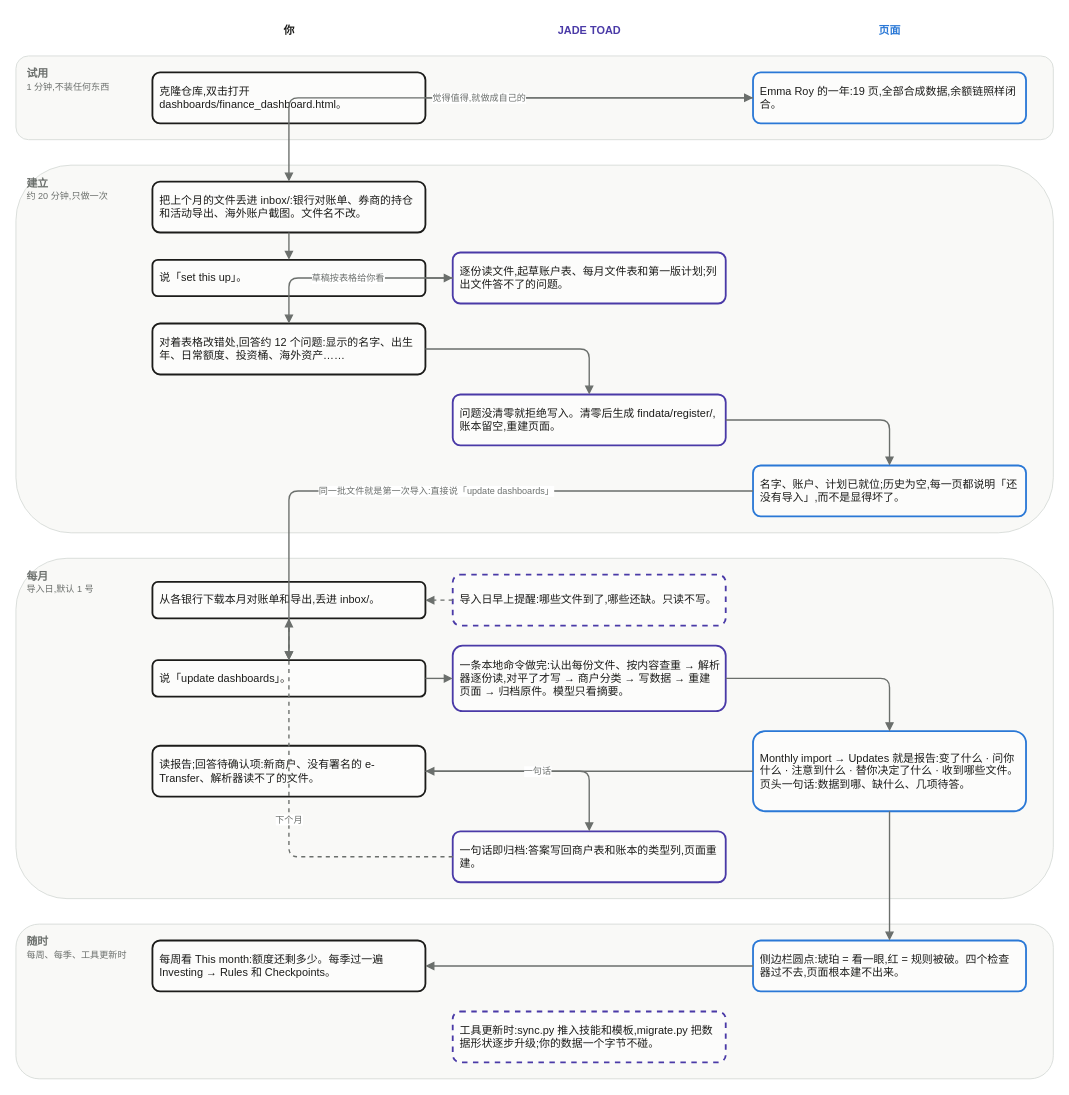
The draw.io diagram docs/zh/product_flow.drawio in LydiaBlllue/firetoad, before the edit. Source tidied: cells renumbered, new cells numbered last; positions are measured from the earlier drawing's top-left corner, leaving out a move shared by most shapes. Both pictures are drawn from the tidied source at 91%, with x=0, y=0 at pixel (15, 15).
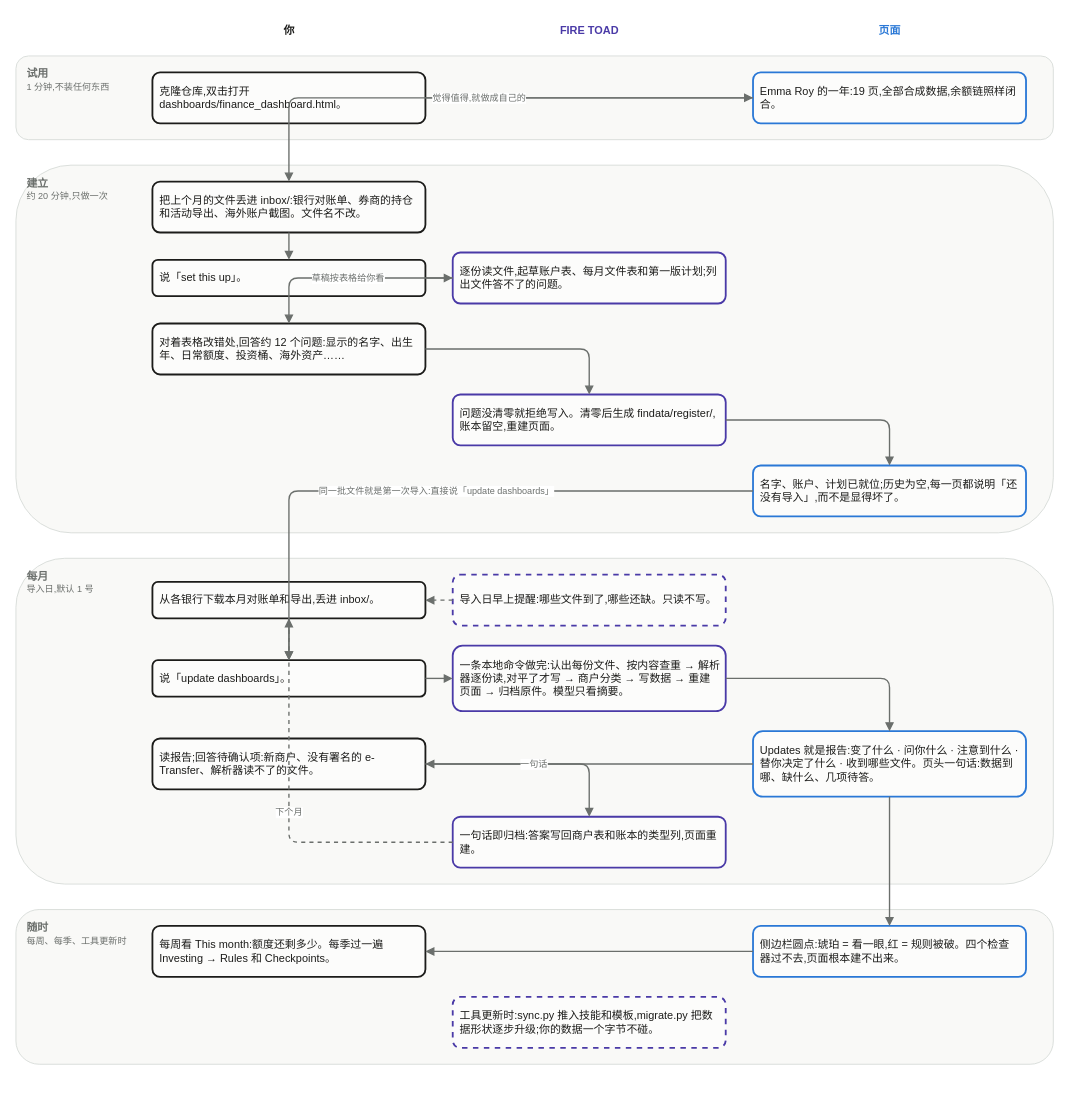
The same diagram, later.

The edit, as a diff of the source:
```diff
@@
     <mxCell id="4" value="&lt;b&gt;每月&lt;/b&gt;&lt;br&gt;&lt;font style='font-size:10px'&gt;导入日,默认 1 号&lt;/font&gt;" style="rounded=1;whiteSpace=wrap;html=1;fillColor=#f9f9f7;strokeColor=#d8dcd9;fontColor=#6b6f6c;align=left;verticalAlign=top;spacingLeft=10;spacingTop=6;fontSize=12;" parent="1" vertex="1">
-      <mxGeometry y="596" width="1140" height="374" as="geometry" />
+      <mxGeometry y="596" width="1140" height="358" as="geometry" />
     </mxCell>
     <mxCell id="5" value="&lt;b&gt;随时&lt;/b&gt;&lt;br&gt;&lt;font style='font-size:10px'&gt;每周、每季、工具更新时&lt;/font&gt;" style="rounded=1;whiteSpace=wrap;html=1;fillColor=#f9f9f7;strokeColor=#d8dcd9;fontColor=#6b6f6c;align=left;verticalAlign=top;spacingLeft=10;spacingTop=6;fontSize=12;" parent="1" vertex="1">
-      <mxGeometry y="998" width="1140" height="170" as="geometry" />
+      <mxGeometry y="982" width="1140" height="170" as="geometry" />
     </mxCell>
@@
-    <mxCell id="7" value="JADE TOAD" style="text;html=1;align=center;verticalAlign=middle;fontStyle=1;fontSize=12;fontColor=#4a3aa7;" parent="1" vertex="1">
+    <mxCell id="7" value="FIRE TOAD" style="text;html=1;align=center;verticalAlign=middle;fontStyle=1;fontSize=12;fontColor=#4a3aa7;" parent="1" vertex="1">
       <mxGeometry x="480" width="300" height="32" as="geometry" />
     </mxCell>
@@
-    <mxCell id="21" value="Monthly import → Updates 就是报告:变了什么 · 问你什么 · 注意到什么 · 替你决定了什么 · 收到哪些文件。页头一句话:数据到哪、缺什么、几项待答。" style="rounded=1;whiteSpace=wrap;html=1;fillColor=#fcfcfb;strokeColor=#2a78d6;strokeWidth=2;fontColor=#1c1c1a;fontSize=12;align=left;verticalAlign=middle;spacing=8;" parent="1" vertex="1">
-      <mxGeometry x="810" y="786" width="300" height="88" as="geometry" />
+    <mxCell id="21" value="Updates 就是报告:变了什么 · 问你什么 · 注意到什么 · 替你决定了什么 · 收到哪些文件。页头一句话:数据到哪、缺什么、几项待答。" style="rounded=1;whiteSpace=wrap;html=1;fillColor=#fcfcfb;strokeColor=#2a78d6;strokeWidth=2;fontColor=#1c1c1a;fontSize=12;align=left;verticalAlign=middle;spacing=8;" parent="1" vertex="1">
+      <mxGeometry x="810" y="786" width="300" height="72" as="geometry" />
     </mxCell>
     <mxCell id="22" value="读报告;回答待确认项:新商户、没有署名的 e-Transfer、解析器读不了的文件。" style="rounded=1;whiteSpace=wrap;html=1;fillColor=#fcfcfb;strokeColor=#1c1c1a;strokeWidth=2;fontColor=#1c1c1a;fontSize=12;align=left;verticalAlign=middle;spacing=8;" parent="1" vertex="1">
-      <mxGeometry x="150" y="802" width="300" height="56" as="geometry" />
+      <mxGeometry x="150" y="794" width="300" height="56" as="geometry" />
     </mxCell>
     <mxCell id="23" value="一句话即归档:答案写回商户表和账本的类型列,页面重建。" style="rounded=1;whiteSpace=wrap;html=1;fillColor=#fcfcfb;strokeColor=#4a3aa7;strokeWidth=2;fontColor=#1c1c1a;fontSize=12;align=left;verticalAlign=middle;spacing=8;" parent="1" vertex="1">
-      <mxGeometry x="480" y="896" width="300" height="56" as="geometry" />
+      <mxGeometry x="480" y="880" width="300" height="56" as="geometry" />
     </mxCell>
     <mxCell id="24" value="每周看 This month:额度还剩多少。每季过一遍 Investing → Rules 和 Checkpoints。" style="rounded=1;whiteSpace=wrap;html=1;fillColor=#fcfcfb;strokeColor=#1c1c1a;strokeWidth=2;fontColor=#1c1c1a;fontSize=12;align=left;verticalAlign=middle;spacing=8;" parent="1" vertex="1">
-      <mxGeometry x="150" y="1016" width="300" height="56" as="geometry" />
+      <mxGeometry x="150" y="1000" width="300" height="56" as="geometry" />
     </mxCell>
     <mxCell id="25" value="侧边栏圆点:琥珀 = 看一眼,红 = 规则被破。四个检查器过不去,页面根本建不出来。" style="rounded=1;whiteSpace=wrap;html=1;fillColor=#fcfcfb;strokeColor=#2a78d6;strokeWidth=2;fontColor=#1c1c1a;fontSize=12;align=left;verticalAlign=middle;spacing=8;" parent="1" vertex="1">
-      <mxGeometry x="810" y="1016" width="300" height="56" as="geometry" />
+      <mxGeometry x="810" y="1000" width="300" height="56" as="geometry" />
     </mxCell>
     <mxCell id="26" value="工具更新时:sync.py 推入技能和模板,migrate.py 把数据形状逐步升级;你的数据一个字节不碰。" style="rounded=1;whiteSpace=wrap;html=1;fillColor=#fcfcfb;strokeColor=#4a3aa7;strokeWidth=2;fontColor=#1c1c1a;fontSize=12;align=left;verticalAlign=middle;spacing=8;dashed=1;" parent="1" vertex="1">
-      <mxGeometry x="480" y="1094" width="300" height="56" as="geometry" />
+      <mxGeometry x="480" y="1078" width="300" height="56" as="geometry" />
     </mxCell>
```
